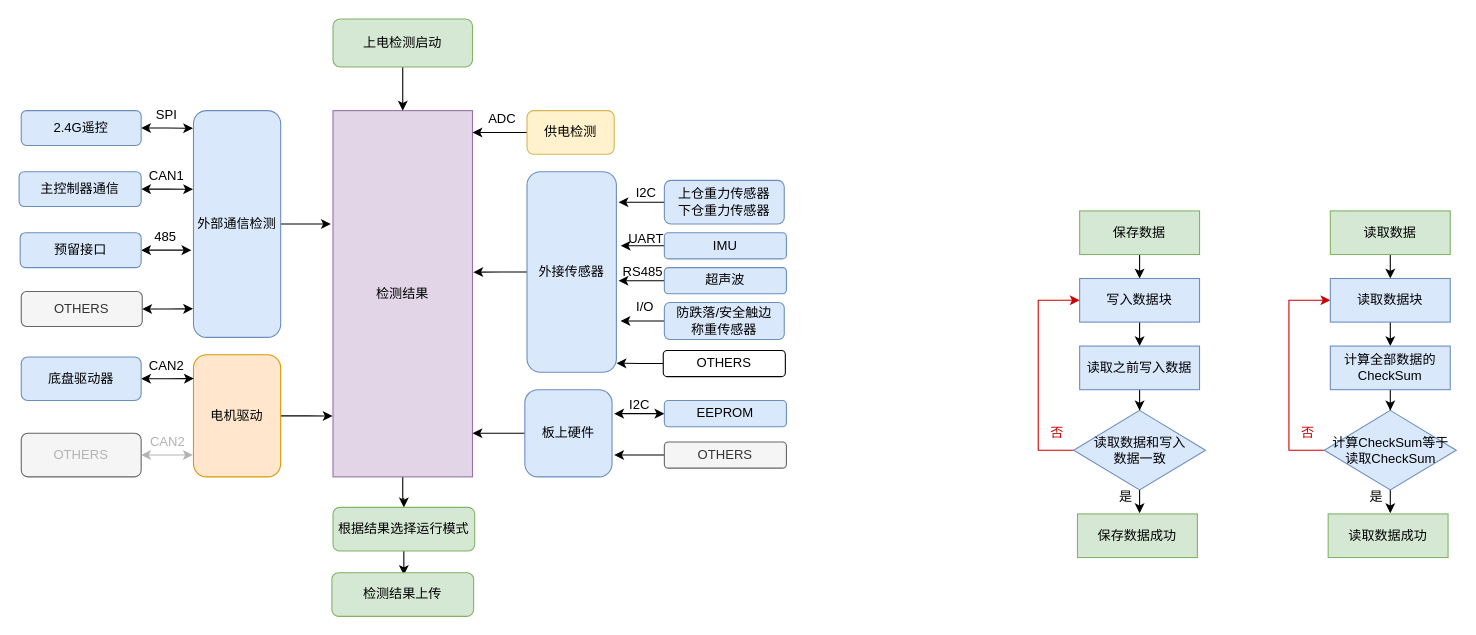
Above: 未命名绘图.drawio in DaLinYYY/Diagram (draw.io), before the change. Source tidied: cells renumbered, new cells numbered last; positions are measured from the earlier drawing's top-left corner, leaving out a move shared by most shapes. Both pictures are drawn from the tidied source at 109%, with x=0, y=0 at pixel (19, 19).
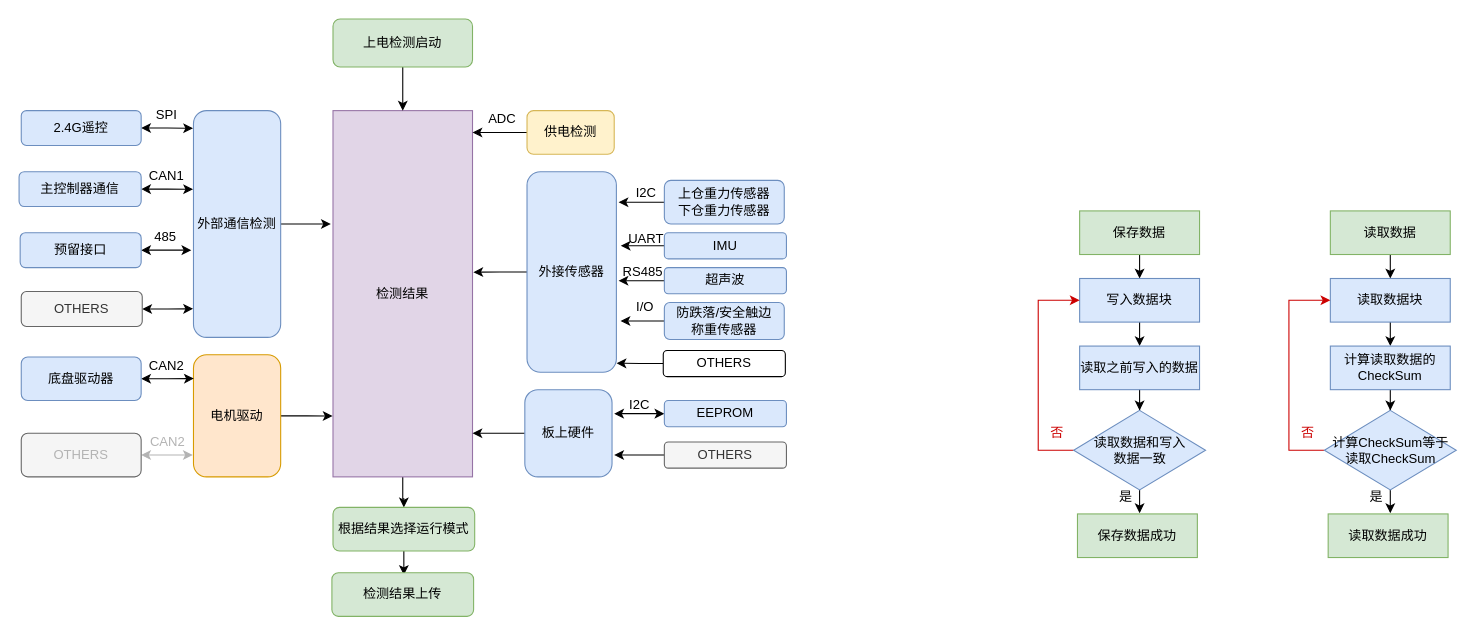
The same diagram, later.

Commit message:
自检与参数保存.drawio

Change to the diagram source:
```diff
@@
-    <mxCell id="61" value="读取之前写入数据" style="rounded=0;whiteSpace=wrap;html=1;fillColor=#dae8fc;strokeColor=#6c8ebf;" parent="1" vertex="1">
+    <mxCell id="61" value="读取之前写入的数据" style="rounded=0;whiteSpace=wrap;html=1;fillColor=#dae8fc;strokeColor=#6c8ebf;" parent="1" vertex="1">
       <mxGeometry x="973" y="300" width="110" height="40" as="geometry" />
     </mxCell>
@@
-    <mxCell id="73" value="计算全部数据的CheckSum" style="rounded=0;whiteSpace=wrap;html=1;fillColor=#dae8fc;strokeColor=#6c8ebf;" parent="1" vertex="1">
+    <mxCell id="73" value="计算读取数据的CheckSum" style="rounded=0;whiteSpace=wrap;html=1;fillColor=#dae8fc;strokeColor=#6c8ebf;" parent="1" vertex="1">
       <mxGeometry x="1203" y="300" width="110" height="40" as="geometry" />
     </mxCell>
```
